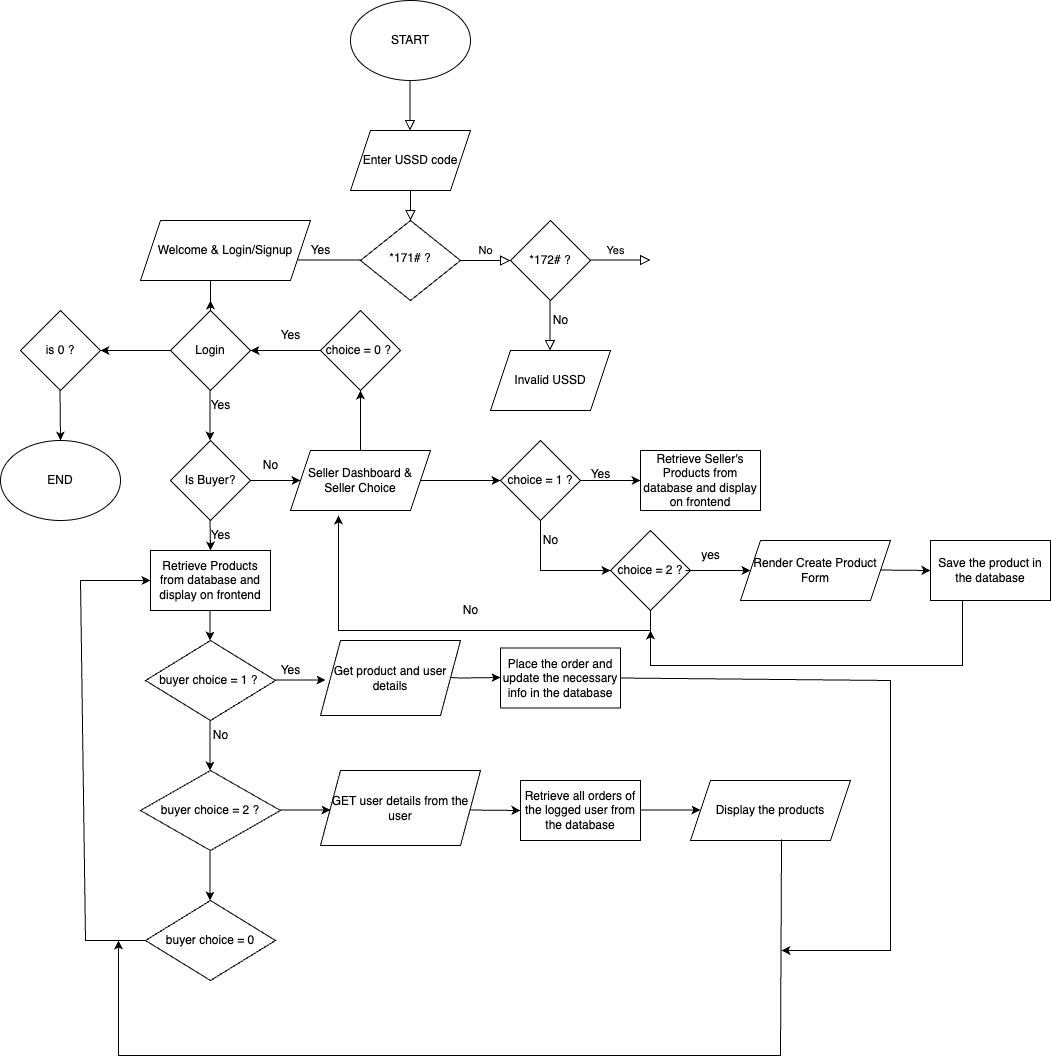
This is Agri-market.drawio.png from GasanaJr/agri-market, a draw.io export, as it was before one commit. Source tidied: cells renumbered, new cells last; positions are measured from the earlier drawing's top-left corner, leaving out a move shared by most shapes.
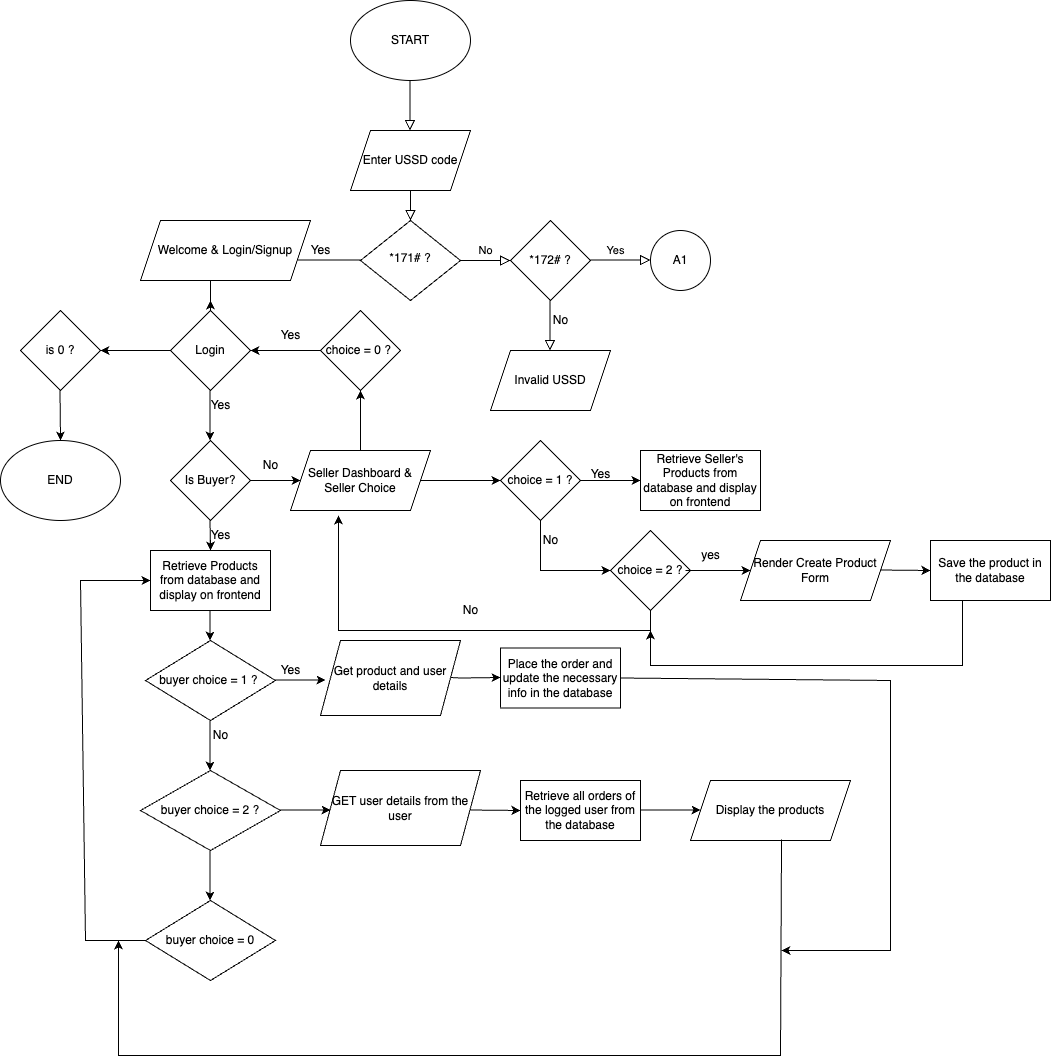
After the commit.

The edit, as a diff of the source:
```diff
@@ -349,5 +349,8 @@
     <mxCell id="71" value="END" style="ellipse;whiteSpace=wrap;html=1;" parent="1" vertex="1">
       <mxGeometry y="440" width="120" height="80" as="geometry" />
     </mxCell>
+    <mxCell id="72" value="A1" style="ellipse;whiteSpace=wrap;html=1;" parent="1" vertex="1">
+      <mxGeometry x="650" y="230" width="60" height="60" as="geometry" />
+    </mxCell>
   </root>
 </mxGraphModel>
```
